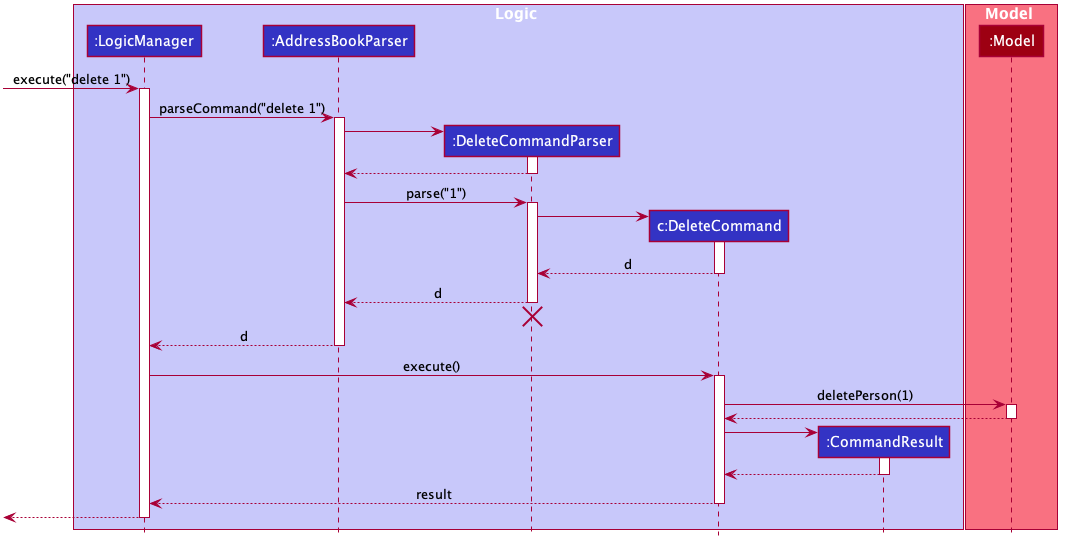
The PlantUML diagram docs/diagrams/DeleteSequenceDiagram.png in yu-ming-chen/tp, before a commit.
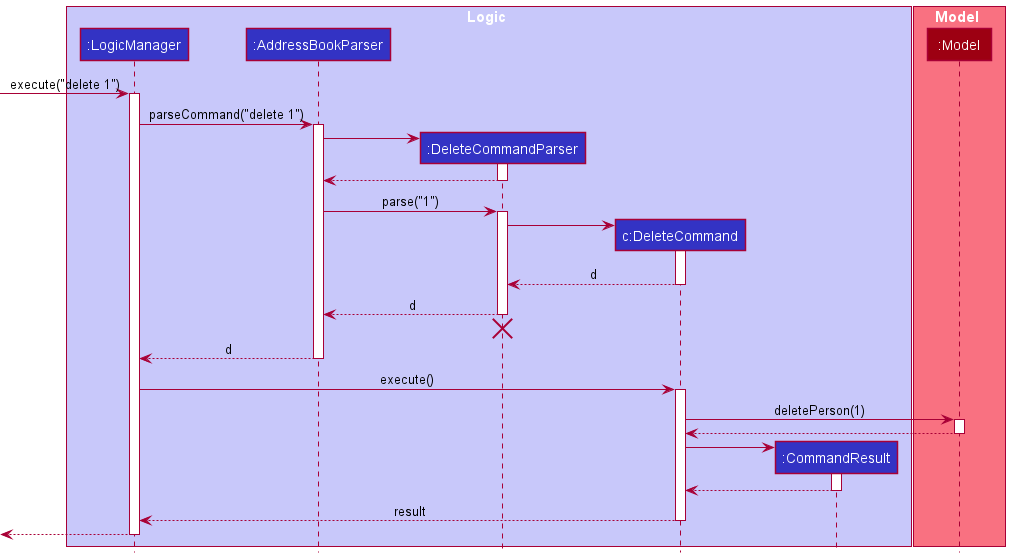
Later version of the same file.

Commit message:
Change architecture diagram image

The edit, as a diff of the source:
```diff
@@ -1,68 +1,16 @@
 @startuml
+!include style.puml
 
-
-
-
-
-
-
-
-
-skinparam BackgroundColor #FFFFFFF
-
-skinparam Shadowing false
-
-skinparam Class {
-    FontColor #FFFFFF
-    BorderThickness 1
-    BorderColor #FFFFFF
-    StereotypeFontColor #FFFFFF
-    FontName Arial
-}
-
-skinparam Actor {
-    BorderColor #000000
-    Color #000000
-    FontName Arial
-}
-
-skinparam Sequence {
-    MessageAlign center
-    BoxFontSize 15
-    BoxPadding 0
-    BoxFontColor #FFFFFF
-    FontName Arial
-}
-
-skinparam Participant {
-    FontColor #FFFFFFF
-    Padding 20
-}
-
-skinparam classAttributeIconSize 0
-
-skinparam MinClassWidth 50
-skinparam ParticipantPadding 10
-skinparam Shadowing false
-skinparam DefaultTextAlignment center
-skinparam packageStyle Rectangle
-
-hide footbox
-
-hide empty members
-
-hide circle
-
-box Logic #C8C8FA
-participant ":LogicManager" as LogicManager #3333C4
-participant ":AddressBookParser" as AddressBookParser #3333C4
-participant ":DeleteCommandParser" as DeleteCommandParser #3333C4
-participant "c:DeleteCommand" as DeleteCommand #3333C4
-participant ":CommandResult" as CommandResult #3333C4
+box Logic LOGIC_COLOR_T1
+participant ":LogicManager" as LogicManager LOGIC_COLOR
+participant ":AddressBookParser" as AddressBookParser LOGIC_COLOR
+participant ":DeleteCommandParser" as DeleteCommandParser LOGIC_COLOR
+participant "c:DeleteCommand" as DeleteCommand LOGIC_COLOR
+participant ":CommandResult" as CommandResult LOGIC_COLOR
 end box
 
-box Model #F97181
-participant ":Model" as Model #9D0012
+box Model MODEL_COLOR_T1
+participant ":Model" as Model MODEL_COLOR
 end box
 
 [-> LogicManager : execute("delete 1")
```
